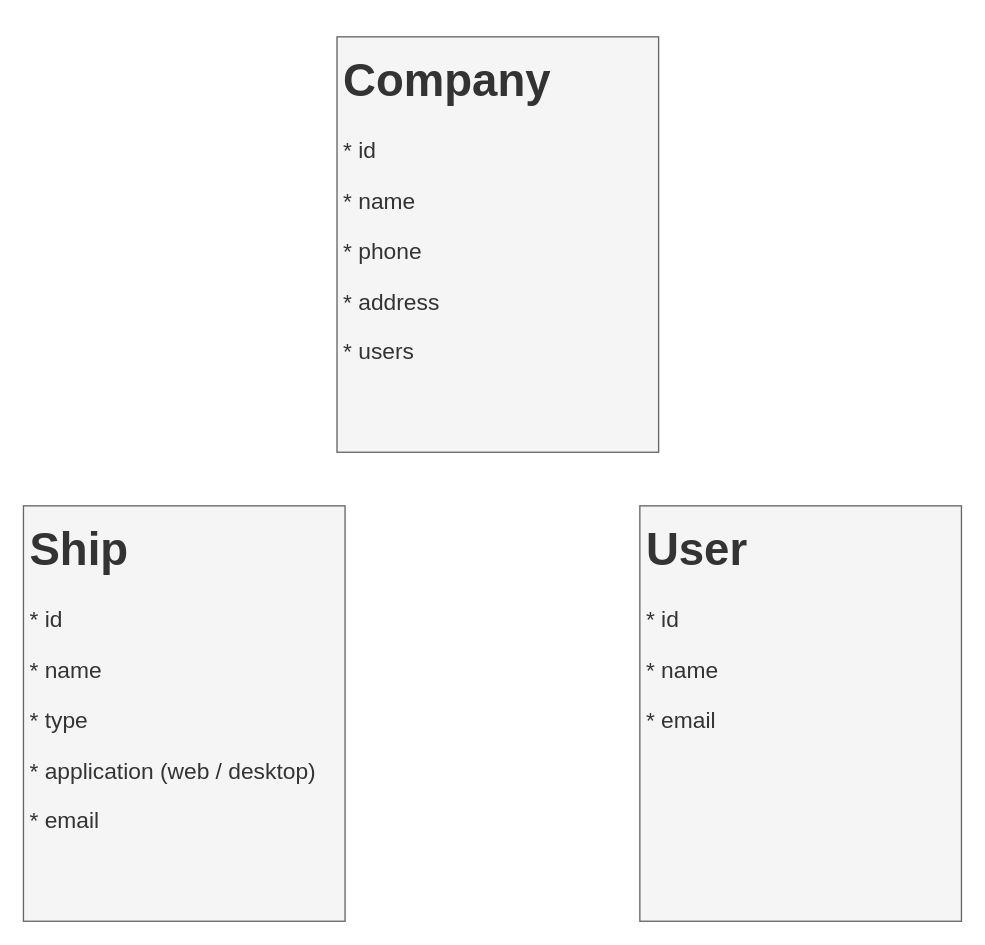
Before: page "company-ship" (2 of 4) of mrvtool.drawio in dagistan-tuncbilek/tasarimlar, a draw.io diagram. Source tidied: cells renumbered, new cells numbered last; positions are measured from the earlier drawing's top-left corner, leaving out a move shared by most shapes. Both pictures are drawn from the tidied source at 134%, with x=0, y=0 at pixel (23, 36).
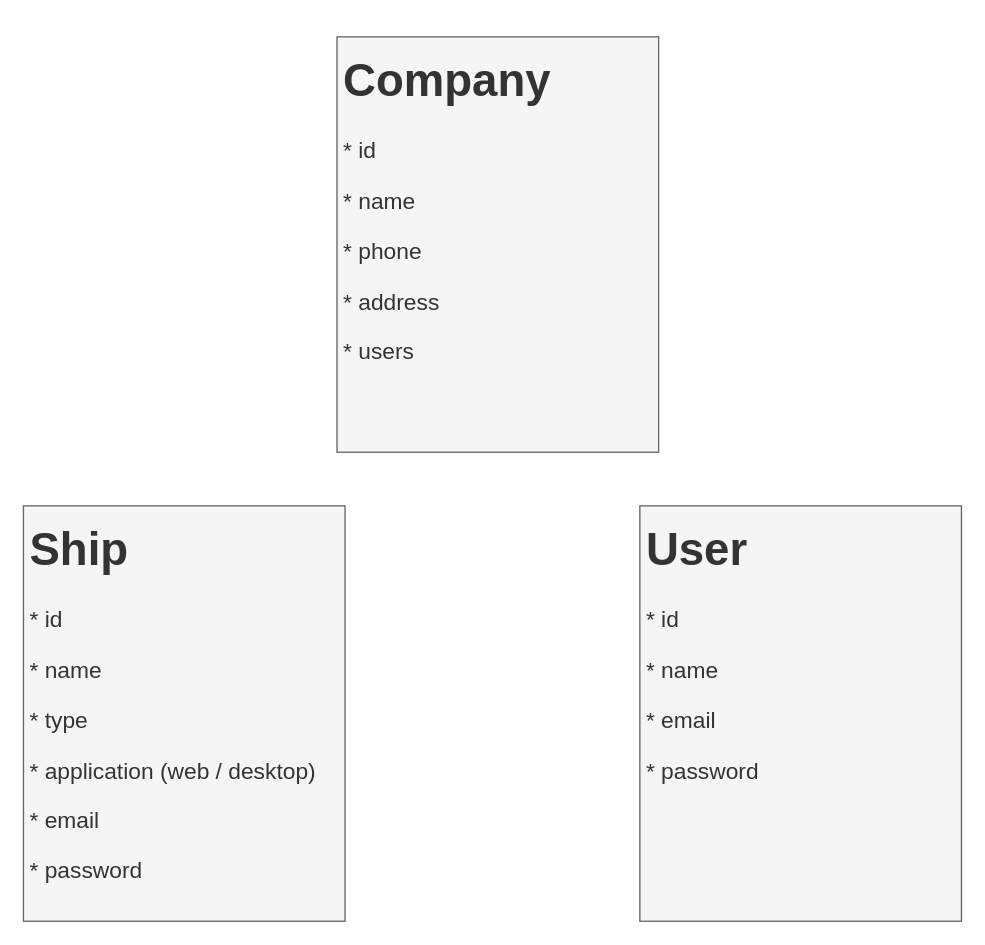
Above is the later version.

The edit, as a diff of the source:
```diff
@@
 <mxGraphModel>
   <root>
     <mxCell id="0" />
     <mxCell id="1" parent="0" />
     <mxCell id="2" value="&lt;h1&gt;Company&lt;/h1&gt;&lt;p&gt;* id&lt;br&gt;&lt;/p&gt;&lt;p&gt;* name&lt;/p&gt;&lt;p&gt;* phone&lt;/p&gt;&lt;p&gt;* address&lt;/p&gt;&lt;p&gt;* users&lt;/p&gt;&lt;p&gt;&lt;br&gt;&lt;/p&gt;" style="text;html=1;strokeColor=#666666;fillColor=#f5f5f5;spacing=5;spacingTop=-20;whiteSpace=wrap;overflow=hidden;rounded=0;fontSize=17;fontColor=#333333;" parent="1" vertex="1">
       <mxGeometry x="234" width="240" height="310" as="geometry" />
     </mxCell>
-    <mxCell id="3" value="&lt;h1&gt;Ship&lt;/h1&gt;&lt;p&gt;* id&lt;br&gt;&lt;/p&gt;&lt;p&gt;* name&lt;/p&gt;&lt;p&gt;* type&lt;br&gt;&lt;/p&gt;&lt;p&gt;* application (web / desktop)&lt;/p&gt;&lt;p&gt;* email&lt;br&gt;&lt;/p&gt;" style="text;html=1;strokeColor=#666666;fillColor=#f5f5f5;spacing=5;spacingTop=-20;whiteSpace=wrap;overflow=hidden;rounded=0;fontSize=17;fontColor=#333333;" parent="1" vertex="1">
+    <mxCell id="3" value="&lt;h1&gt;Ship&lt;/h1&gt;&lt;p&gt;* id&lt;br&gt;&lt;/p&gt;&lt;p&gt;* name&lt;/p&gt;&lt;p&gt;* type&lt;br&gt;&lt;/p&gt;&lt;p&gt;* application (web / desktop)&lt;/p&gt;&lt;p&gt;* email&lt;/p&gt;&lt;p&gt;* password&lt;/p&gt;" style="text;html=1;strokeColor=#666666;fillColor=#f5f5f5;spacing=5;spacingTop=-20;whiteSpace=wrap;overflow=hidden;rounded=0;fontSize=17;fontColor=#333333;" parent="1" vertex="1">
       <mxGeometry y="350" width="240" height="310" as="geometry" />
     </mxCell>
-    <mxCell id="4" value="&lt;h1&gt;User&lt;/h1&gt;&lt;p&gt;* id&lt;br&gt;&lt;/p&gt;&lt;p&gt;* name&lt;/p&gt;&lt;p&gt;* email&lt;br&gt;&lt;/p&gt;&lt;p&gt;&lt;br&gt;&lt;/p&gt;" style="text;html=1;strokeColor=#666666;fillColor=#f5f5f5;spacing=5;spacingTop=-20;whiteSpace=wrap;overflow=hidden;rounded=0;fontSize=17;fontColor=#333333;" parent="1" vertex="1">
+    <mxCell id="4" value="&lt;h1&gt;User&lt;/h1&gt;&lt;p&gt;* id&lt;br&gt;&lt;/p&gt;&lt;p&gt;* name&lt;/p&gt;&lt;p&gt;* email&lt;/p&gt;&lt;p&gt;* password&lt;br&gt;&lt;/p&gt;&lt;p&gt;&lt;br&gt;&lt;/p&gt;" style="text;html=1;strokeColor=#666666;fillColor=#f5f5f5;spacing=5;spacingTop=-20;whiteSpace=wrap;overflow=hidden;rounded=0;fontSize=17;fontColor=#333333;" parent="1" vertex="1">
       <mxGeometry x="460" y="350" width="240" height="310" as="geometry" />
     </mxCell>
   </root>
 </mxGraphModel>
```
